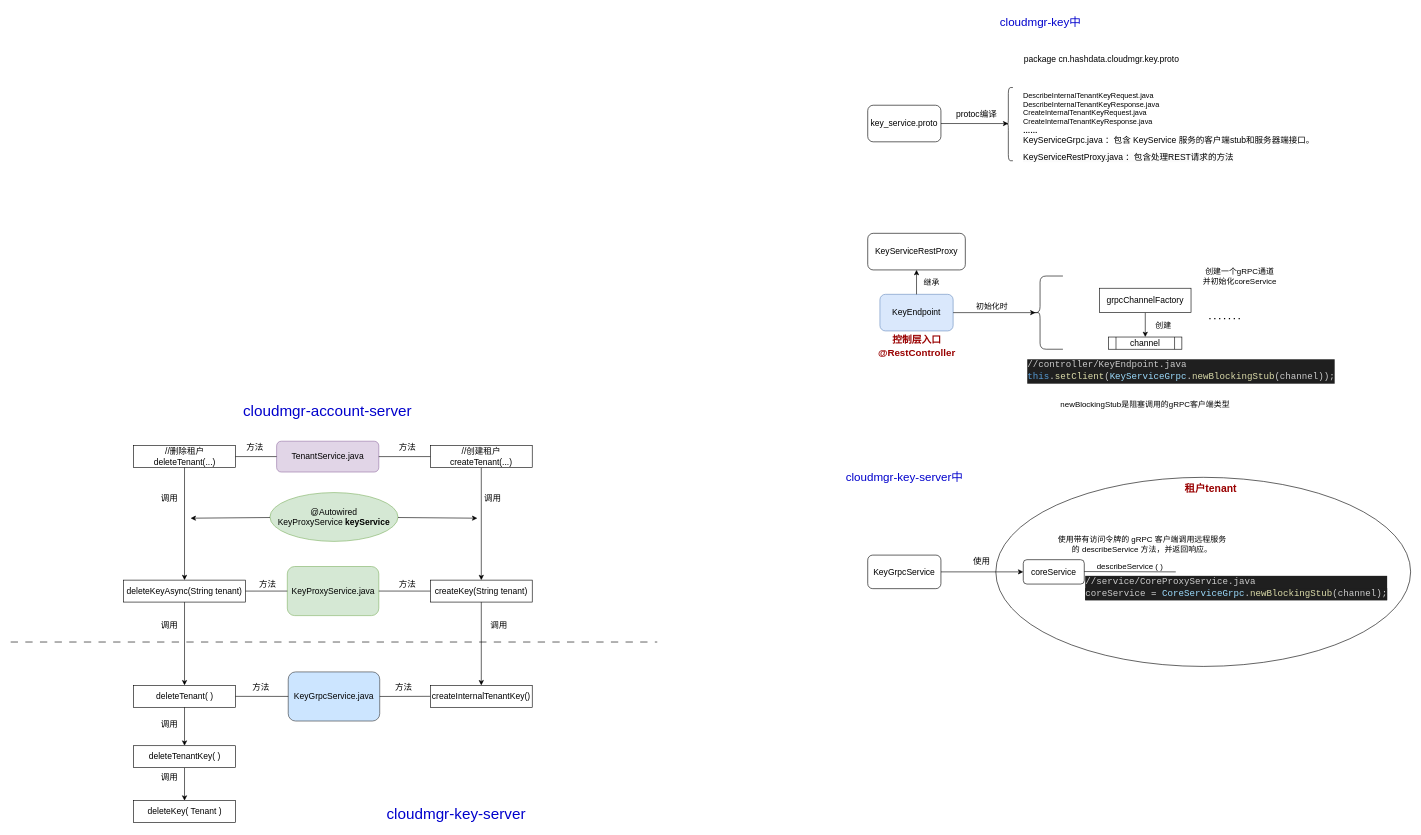
Above: epp.drawio in TouyamaRie/My_pictures (draw.io), before the change. Source tidied: cells renumbered, new cells numbered last; positions are measured from the earlier drawing's top-left corner, leaving out a move shared by most shapes. Both pictures are drawn from the tidied source at 61%, with x=0, y=0 at pixel (10, 10).
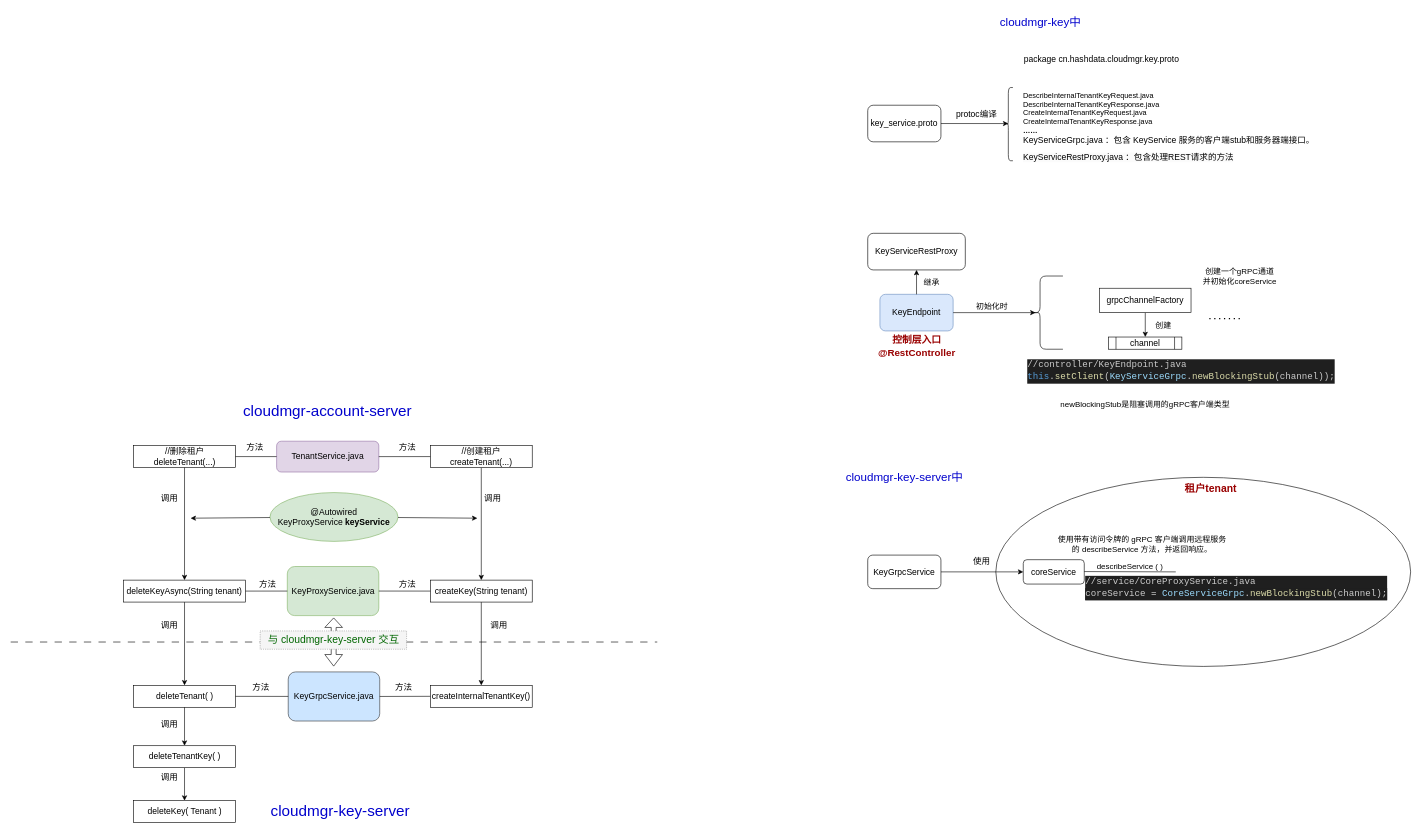
The same diagram, later.

What changed in the source:
```diff
@@
     <mxCell id="66" value="&lt;font color=&quot;#0000cc&quot; style=&quot;font-size: 25px;&quot;&gt;cloudmgr-key&lt;/font&gt;&lt;span style=&quot;font-size: 25px; color: rgb(0, 0, 204); background-color: initial;&quot;&gt;-server&lt;/span&gt;" style="text;html=1;align=center;verticalAlign=middle;strokeColor=none;fillColor=none;" parent="1" vertex="1">
-      <mxGeometry x="605" y="1295" width="250" height="40" as="geometry" />
+      <mxGeometry x="415" y="1291" width="250" height="40" as="geometry" />
     </mxCell>
@@
+    <mxCell id="78" style="shape=flexArrow;endArrow=classic;startArrow=classic;html=1;rounded=0;width=8;endSize=4.87;" parent="1" edge="1">
+      <mxGeometry relative="1" as="geometry">
+        <mxPoint x="529.5" y="1075" as="sourcePoint" />
+        <mxPoint x="529.5" y="995" as="targetPoint" />
+      </mxGeometry>
+    </mxCell>
+    <mxCell id="79" value="&lt;font color=&quot;#006600&quot; style=&quot;font-size: 17px;&quot;&gt;与 cloudmgr-key-server 交互&lt;/font&gt;" style="text;html=1;align=center;verticalAlign=middle;dashed=1;dashPattern=1 2;fillColor=#f5f5f5;fontColor=#333333;strokeColor=#666666;" parent="1" vertex="1">
+      <mxGeometry x="409" y="1016.8" width="240" height="30" as="geometry" />
+    </mxCell>
```
